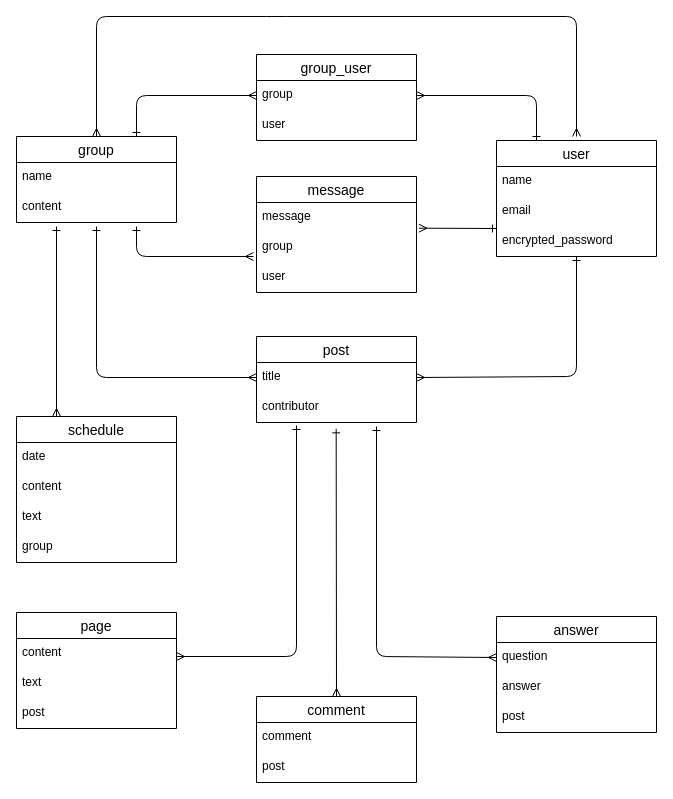
Earlier version of the draw.io diagram ER.dio (xcattleyax/free-seeker). Source tidied: cells renumbered, new cells numbered last; positions are measured from the earlier drawing's top-left corner, leaving out a move shared by most shapes. Both pictures are drawn from the tidied source at 100%, with x=0, y=0 at pixel (16, 16).
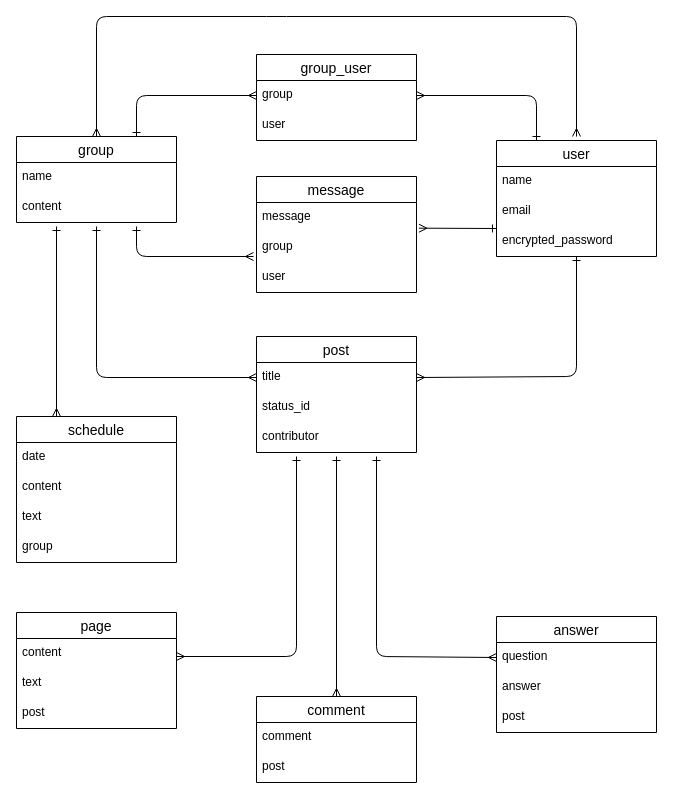
After the change.

Commit message (it also covers changes not shown here):
テーブルのカラムの変更

The change refers to these unchanged cells:
```xml
<mxCell id="24" value="comment" style="swimlane;fontStyle=0;horizontal=1;startSize=26;align=center;fontSize=14;" parent="1" vertex="1">
  <mxGeometry x="240" y="680" width="160" height="86" as="geometry" />
</mxCell>
<mxCell id="29" value="question" style="text;strokeColor=none;fillColor=none;spacingLeft=4;spacingRight=4;overflow=hidden;points=[[0,0.5],[1,0.5]];portConstraint=eastwest;fontSize=12;" parent="28" vertex="1">
  <mxGeometry y="26" width="160" height="30" as="geometry" />
</mxCell>
```

The edit, as a diff of the source:
```diff
@@
     <mxCell id="16" value="post" style="swimlane;fontStyle=0;horizontal=1;startSize=26;align=center;fontSize=14;" parent="1" vertex="1">
-      <mxGeometry x="240" y="320" width="160" height="86" as="geometry" />
+      <mxGeometry x="240" y="320" width="160" height="116" as="geometry" />
     </mxCell>
@@
+    <mxCell id="46" value="status_id" style="text;strokeColor=none;fillColor=none;spacingLeft=4;spacingRight=4;overflow=hidden;fontSize=12;" parent="16" vertex="1">
+      <mxGeometry y="56" width="160" height="30" as="geometry" />
+    </mxCell>
     <mxCell id="18" value="contributor" style="text;strokeColor=none;fillColor=none;spacingLeft=4;spacingRight=4;overflow=hidden;points=[[0,0.5],[1,0.5]];portConstraint=eastwest;fontSize=12;" parent="16" vertex="1">
-      <mxGeometry y="56" width="160" height="30" as="geometry" />
+      <mxGeometry y="86" width="160" height="30" as="geometry" />
     </mxCell>
@@
-    <mxCell id="23" style="edgeStyle=none;html=1;startArrow=ERone;startFill=0;endArrow=ERmany;endFill=0;exitX=0.25;exitY=1.1;exitDx=0;exitDy=0;exitPerimeter=0;" parent="1" edge="1" source="18">
+    <mxCell id="23" style="edgeStyle=none;html=1;startArrow=ERone;startFill=0;endArrow=ERmany;endFill=0;" parent="1" edge="1">
       <mxGeometry relative="1" as="geometry">
+        <mxPoint x="280" y="440" as="sourcePoint" />
         <mxPoint x="160" y="640" as="targetPoint" />
         <Array as="points">
           <mxPoint x="280" y="640" />
         </Array>
       </mxGeometry>
     </mxCell>
@@
-    <mxCell id="27" style="edgeStyle=none;html=1;entryX=0.5;entryY=0;entryDx=0;entryDy=0;exitX=0.498;exitY=1.211;exitDx=0;exitDy=0;exitPerimeter=0;startArrow=ERone;startFill=0;endArrow=ERmany;endFill=0;" parent="1" edge="1" source="18" target="24">
-      <mxGeometry relative="1" as="geometry" />
+    <mxCell id="27" style="edgeStyle=none;html=1;entryX=0.5;entryY=0;entryDx=0;entryDy=0;startArrow=ERone;startFill=0;endArrow=ERmany;endFill=0;" parent="1" edge="1" target="24">
+      <mxGeometry relative="1" as="geometry">
+        <mxPoint x="320" y="440" as="sourcePoint" />
+      </mxGeometry>
     </mxCell>
@@
-    <mxCell id="32" style="edgeStyle=none;html=1;entryX=0;entryY=0.5;entryDx=0;entryDy=0;exitX=0.75;exitY=1.133;exitDx=0;exitDy=0;exitPerimeter=0;startArrow=ERone;startFill=0;endArrow=ERmany;endFill=0;" parent="1" edge="1" source="18" target="29">
+    <mxCell id="32" style="edgeStyle=none;html=1;entryX=0;entryY=0.5;entryDx=0;entryDy=0;startArrow=ERone;startFill=0;endArrow=ERmany;endFill=0;" parent="1" edge="1" target="29">
       <mxGeometry relative="1" as="geometry">
+        <mxPoint x="360" y="440" as="sourcePoint" />
         <Array as="points">
           <mxPoint x="360" y="640" />
         </Array>
       </mxGeometry>
     </mxCell>
```
